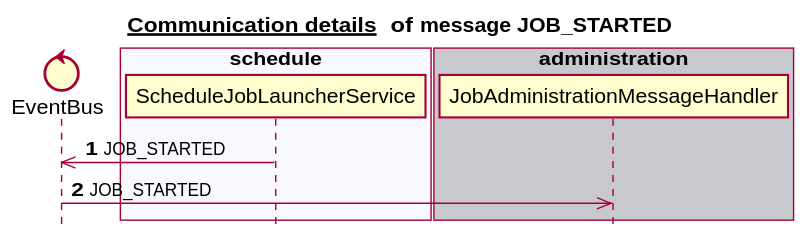
The PlantUML diagram docs/latest/images/gen_domain_messaging_job_started.svg in mercedes-benz/sechub, before a commit.
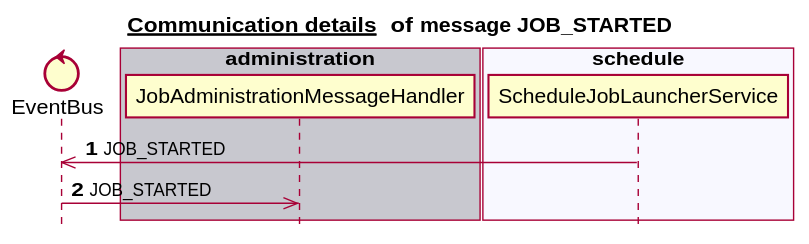
The same diagram one commit later.

Change to the diagram source:
```diff
@@ -6,17 +6,17 @@
 
 
 control EventBus
-box "scan" #C8C8CF
+box "authorization" #C8C8CF
+end box
+box "scan" #F8F8FF
+end box
+box "administration" #C8C8CF
+   participant JobAdministrationMessageHandler
 end box
 box "schedule" #F8F8FF
    participant ScheduleJobLauncherService
 end box
-box "authorization" #C8C8CF
-end box
-box "notification" #F8F8FF
-end box
-box "administration" #C8C8CF
-   participant JobAdministrationMessageHandler
+box "notification" #C8C8CF
 end box
 autonumber 1
 ScheduleJobLauncherService ->> EventBus:JOB_STARTED
```
